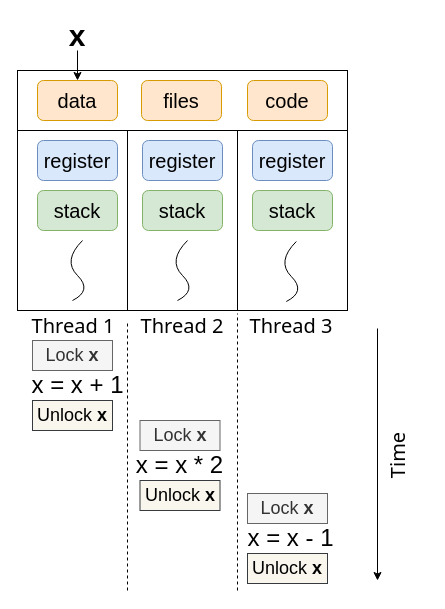
godaai/scale-py-zh keeps this draw.io diagram as drawio/ch-intro/thread-lock.drawio. Above is the earlier version. Source tidied: cells renumbered, new cells numbered last; positions are measured from the earlier drawing's top-left corner, leaving out a move shared by most shapes. Both pictures are drawn from the tidied source at 100%, with x=0, y=0 at pixel (17, 20).
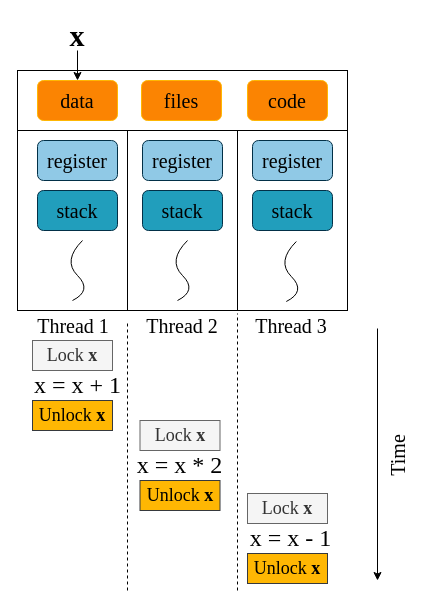
The same page after the edit.

What changed in the source:
```diff
@@
-    <mxCell id="2" style="rounded=0;whiteSpace=wrap;html=1;fontSize=18;fillColor=none;" parent="1" vertex="1">
+    <mxCell id="2" style="rounded=0;whiteSpace=wrap;html=1;fontSize=18;fillColor=none;fontFamily=Times New Roman;" parent="1" vertex="1">
       <mxGeometry x="220" y="110" width="110" height="180" as="geometry" />
     </mxCell>
-    <mxCell id="3" style="rounded=0;whiteSpace=wrap;html=1;fontSize=18;fillColor=none;" parent="1" vertex="1">
+    <mxCell id="3" style="rounded=0;whiteSpace=wrap;html=1;fontSize=18;fillColor=none;fontFamily=Times New Roman;" parent="1" vertex="1">
       <mxGeometry y="110" width="110" height="180" as="geometry" />
     </mxCell>
-    <mxCell id="4" style="rounded=0;whiteSpace=wrap;html=1;fillColor=none;" parent="1" vertex="1">
+    <mxCell id="4" style="rounded=0;whiteSpace=wrap;html=1;fillColor=none;fontFamily=Times New Roman;" parent="1" vertex="1">
       <mxGeometry y="50" width="330" height="240" as="geometry" />
     </mxCell>
-    <mxCell id="5" style="rounded=0;whiteSpace=wrap;html=1;fillColor=none;" parent="1" vertex="1">
+    <mxCell id="5" style="rounded=0;whiteSpace=wrap;html=1;fillColor=none;fontFamily=Times New Roman;" parent="1" vertex="1">
       <mxGeometry y="50" width="330" height="60" as="geometry" />
     </mxCell>
-    <mxCell id="6" value="data" style="rounded=1;whiteSpace=wrap;html=1;fillColor=#ffe6cc;strokeColor=#d79b00;fontSize=20;" parent="1" vertex="1">
+    <mxCell id="6" value="data" style="rounded=1;whiteSpace=wrap;html=1;fillColor=#FB8402;strokeColor=#FFB703;fontSize=20;fontFamily=Times New Roman;" parent="1" vertex="1">
       <mxGeometry x="20" y="60" width="80" height="40" as="geometry" />
     </mxCell>
-    <mxCell id="7" value="files" style="rounded=1;whiteSpace=wrap;html=1;fillColor=#ffe6cc;strokeColor=#d79b00;fontSize=20;" parent="1" vertex="1">
+    <mxCell id="7" value="files" style="rounded=1;whiteSpace=wrap;html=1;fillColor=#FB8402;strokeColor=#FFB703;fontSize=20;fontFamily=Times New Roman;" parent="1" vertex="1">
       <mxGeometry x="124" y="60" width="80" height="40" as="geometry" />
     </mxCell>
-    <mxCell id="8" style="curved=1;endArrow=none;html=1;rounded=0;fontSize=18;endFill=0;" parent="1" edge="1">
+    <mxCell id="8" style="curved=1;endArrow=none;html=1;rounded=0;fontSize=18;endFill=0;fontFamily=Times New Roman;" parent="1" edge="1">
       <mxGeometry x="0.54" y="-7" relative="1" as="geometry">
         <mxPoint x="55" y="280" as="sourcePoint" />
         <mxPoint x="65" y="220" as="targetPoint" />
         <Array as="points">
           <mxPoint x="75" y="270" />
           <mxPoint x="45" y="240" />
         </Array>
       </mxGeometry>
     </mxCell>
-    <mxCell id="9" value="code" style="rounded=1;whiteSpace=wrap;html=1;fillColor=#ffe6cc;strokeColor=#d79b00;fontSize=20;" parent="1" vertex="1">
+    <mxCell id="9" value="code" style="rounded=1;whiteSpace=wrap;html=1;fillColor=#FB8402;strokeColor=#FFB703;fontSize=20;fontFamily=Times New Roman;" parent="1" vertex="1">
       <mxGeometry x="230" y="60" width="80" height="40" as="geometry" />
     </mxCell>
-    <mxCell id="10" style="rounded=0;whiteSpace=wrap;html=1;fontSize=18;fillColor=none;" parent="1" vertex="1">
+    <mxCell id="10" style="rounded=0;whiteSpace=wrap;html=1;fontSize=18;fillColor=none;fontFamily=Times New Roman;" parent="1" vertex="1">
       <mxGeometry x="110" y="110" width="110" height="180" as="geometry" />
     </mxCell>
-    <mxCell id="11" style="curved=1;endArrow=none;html=1;rounded=0;fontSize=18;endFill=0;" parent="1" edge="1">
+    <mxCell id="11" style="curved=1;endArrow=none;html=1;rounded=0;fontSize=18;endFill=0;fontFamily=Times New Roman;" parent="1" edge="1">
       <mxGeometry x="0.57" y="-6" relative="1" as="geometry">
         <mxPoint x="160" y="280" as="sourcePoint" />
         <mxPoint x="170" y="220" as="targetPoint" />
         <Array as="points">
           <mxPoint x="180" y="270" />
           <mxPoint x="150" y="240" />
         </Array>
       </mxGeometry>
     </mxCell>
-    <mxCell id="12" style="curved=1;endArrow=none;html=1;rounded=0;fontSize=18;endFill=0;" parent="1" edge="1">
+    <mxCell id="12" style="curved=1;endArrow=none;html=1;rounded=0;fontSize=18;endFill=0;fontFamily=Times New Roman;" parent="1" edge="1">
       <mxGeometry relative="1" as="geometry">
         <mxPoint x="268.8" y="281" as="sourcePoint" />
         <mxPoint x="278.8" y="221" as="targetPoint" />
         <Array as="points">
           <mxPoint x="288.8" y="271" />
           <mxPoint x="258.8" y="241" />
         </Array>
       </mxGeometry>
     </mxCell>
-    <mxCell id="13" value="register" style="rounded=1;whiteSpace=wrap;html=1;fontSize=20;fillColor=#dae8fc;strokeColor=#6c8ebf;" parent="1" vertex="1">
+    <mxCell id="13" value="register" style="rounded=1;whiteSpace=wrap;html=1;fontSize=20;fillColor=#90C9E6;strokeColor=#023047;fontFamily=Times New Roman;" parent="1" vertex="1">
       <mxGeometry x="20" y="120" width="80" height="40" as="geometry" />
     </mxCell>
-    <mxCell id="14" value="register" style="rounded=1;whiteSpace=wrap;html=1;fontSize=20;fillColor=#dae8fc;strokeColor=#6c8ebf;" parent="1" vertex="1">
+    <mxCell id="14" value="register" style="rounded=1;whiteSpace=wrap;html=1;fontSize=20;fillColor=#90C9E6;strokeColor=#023047;fontFamily=Times New Roman;" parent="1" vertex="1">
       <mxGeometry x="125" y="120" width="80" height="40" as="geometry" />
     </mxCell>
-    <mxCell id="15" value="register" style="rounded=1;whiteSpace=wrap;html=1;fontSize=20;fillColor=#dae8fc;strokeColor=#6c8ebf;" parent="1" vertex="1">
+    <mxCell id="15" value="register" style="rounded=1;whiteSpace=wrap;html=1;fontSize=20;fillColor=#90C9E6;strokeColor=#023047;fontFamily=Times New Roman;" parent="1" vertex="1">
       <mxGeometry x="235" y="120" width="80" height="40" as="geometry" />
     </mxCell>
-    <mxCell id="16" value="stack" style="rounded=1;whiteSpace=wrap;html=1;fontSize=20;fillColor=#d5e8d4;strokeColor=#82b366;" parent="1" vertex="1">
+    <mxCell id="16" value="stack" style="rounded=1;whiteSpace=wrap;html=1;fontSize=20;fillColor=#219EBC;strokeColor=#023047;fontFamily=Times New Roman;" parent="1" vertex="1">
       <mxGeometry x="20" y="170" width="80" height="40" as="geometry" />
     </mxCell>
-    <mxCell id="17" value="stack" style="rounded=1;whiteSpace=wrap;html=1;fontSize=20;fillColor=#d5e8d4;strokeColor=#82b366;" parent="1" vertex="1">
+    <mxCell id="17" value="stack" style="rounded=1;whiteSpace=wrap;html=1;fontSize=20;fillColor=#219EBC;strokeColor=#023047;fontFamily=Times New Roman;" parent="1" vertex="1">
       <mxGeometry x="125" y="170" width="80" height="40" as="geometry" />
     </mxCell>
-    <mxCell id="18" value="stack" style="rounded=1;whiteSpace=wrap;html=1;fontSize=20;fillColor=#d5e8d4;strokeColor=#82b366;" parent="1" vertex="1">
+    <mxCell id="18" value="stack" style="rounded=1;whiteSpace=wrap;html=1;fontSize=20;fillColor=#219EBC;strokeColor=#023047;fontFamily=Times New Roman;" parent="1" vertex="1">
       <mxGeometry x="235" y="170" width="80" height="40" as="geometry" />
     </mxCell>
-    <mxCell id="19" value="&lt;font size=&quot;1&quot; style=&quot;&quot;&gt;&lt;b style=&quot;font-size: 30px;&quot;&gt;x&lt;/b&gt;&lt;/font&gt;" style="text;html=1;strokeColor=none;fillColor=none;align=center;verticalAlign=middle;whiteSpace=wrap;rounded=0;" parent="1" vertex="1">
+    <mxCell id="19" value="&lt;font size=&quot;1&quot; style=&quot;&quot;&gt;&lt;b style=&quot;font-size: 30px;&quot;&gt;x&lt;/b&gt;&lt;/font&gt;" style="text;html=1;strokeColor=none;fillColor=none;align=center;verticalAlign=middle;whiteSpace=wrap;rounded=0;fontFamily=Times New Roman;" parent="1" vertex="1">
       <mxGeometry x="30" width="60" height="30" as="geometry" />
     </mxCell>
-    <mxCell id="20" style="endArrow=classic;html=1;rounded=0;fontSize=24;exitX=0.5;exitY=1;exitDx=0;exitDy=0;" parent="1" edge="1" source="19" target="6">
+    <mxCell id="20" style="endArrow=classic;html=1;rounded=0;fontSize=24;exitX=0.5;exitY=1;exitDx=0;exitDy=0;fontFamily=Times New Roman;" parent="1" edge="1" source="19" target="6">
       <mxGeometry relative="1" as="geometry" />
     </mxCell>
-    <mxCell id="21" value="x = x + 1" style="text;html=1;strokeColor=none;fillColor=none;align=center;verticalAlign=middle;whiteSpace=wrap;rounded=0;fontSize=24;" parent="1" vertex="1">
+    <mxCell id="21" value="x = x + 1" style="text;html=1;strokeColor=none;fillColor=none;align=center;verticalAlign=middle;whiteSpace=wrap;rounded=0;fontSize=24;fontFamily=Times New Roman;" parent="1" vertex="1">
       <mxGeometry x="12.5" y="350" width="95" height="30" as="geometry" />
     </mxCell>
-    <mxCell id="22" value="x = x * 2" style="text;html=1;strokeColor=none;fillColor=none;align=center;verticalAlign=middle;whiteSpace=wrap;rounded=0;fontSize=24;" parent="1" vertex="1">
+    <mxCell id="22" value="x = x * 2" style="text;html=1;strokeColor=none;fillColor=none;align=center;verticalAlign=middle;whiteSpace=wrap;rounded=0;fontSize=24;fontFamily=Times New Roman;" parent="1" vertex="1">
       <mxGeometry x="115" y="430" width="95" height="30" as="geometry" />
     </mxCell>
-    <mxCell id="23" value="x = x - 1" style="text;html=1;strokeColor=none;fillColor=none;align=center;verticalAlign=middle;whiteSpace=wrap;rounded=0;fontSize=24;" parent="1" vertex="1">
+    <mxCell id="23" value="x = x - 1" style="text;html=1;strokeColor=none;fillColor=none;align=center;verticalAlign=middle;whiteSpace=wrap;rounded=0;fontSize=24;fontFamily=Times New Roman;" parent="1" vertex="1">
       <mxGeometry x="226.2" y="503" width="95" height="30" as="geometry" />
     </mxCell>
-    <mxCell id="24" style="endArrow=classic;html=1;rounded=0;fontSize=24;" parent="1" edge="1">
+    <mxCell id="24" style="endArrow=classic;html=1;rounded=0;fontSize=24;fontFamily=Times New Roman;" parent="1" edge="1">
       <mxGeometry relative="1" as="geometry">
         <mxPoint x="360" y="308" as="sourcePoint" />
         <mxPoint x="360" y="560" as="targetPoint" />
       </mxGeometry>
     </mxCell>
-    <mxCell id="25" style="endArrow=none;dashed=1;html=1;rounded=0;fontSize=24;" parent="1" edge="1">
+    <mxCell id="25" style="endArrow=none;dashed=1;html=1;rounded=0;fontSize=24;fontFamily=Times New Roman;" parent="1" edge="1">
       <mxGeometry relative="1" as="geometry">
         <mxPoint x="110" y="570" as="sourcePoint" />
         <mxPoint x="110" y="301" as="targetPoint" />
       </mxGeometry>
     </mxCell>
-    <mxCell id="26" style="endArrow=none;dashed=1;html=1;rounded=0;fontSize=24;" parent="1" edge="1">
+    <mxCell id="26" style="endArrow=none;dashed=1;html=1;rounded=0;fontSize=24;fontFamily=Times New Roman;" parent="1" edge="1">
       <mxGeometry relative="1" as="geometry">
         <mxPoint x="220" y="570" as="sourcePoint" />
         <mxPoint x="220" y="293" as="targetPoint" />
       </mxGeometry>
     </mxCell>
-    <mxCell id="27" value="&lt;font style=&quot;font-size: 20px;&quot; face=&quot;Tahoma&quot;&gt;Thread 1&lt;/font&gt;" style="text;html=1;strokeColor=none;fillColor=none;align=center;verticalAlign=middle;whiteSpace=wrap;rounded=0;fontSize=24;" parent="1" vertex="1">
+    <mxCell id="27" value="&lt;font style=&quot;font-size: 20px;&quot;&gt;Thread 1&lt;/font&gt;" style="text;html=1;strokeColor=none;fillColor=none;align=center;verticalAlign=middle;whiteSpace=wrap;rounded=0;fontSize=24;fontFamily=Times New Roman;" parent="1" vertex="1">
       <mxGeometry x="6.2" y="290" width="100" height="30" as="geometry" />
     </mxCell>
-    <mxCell id="28" value="&lt;font style=&quot;font-size: 20px;&quot; face=&quot;Tahoma&quot;&gt;Thread 2&lt;/font&gt;" style="text;html=1;strokeColor=none;fillColor=none;align=center;verticalAlign=middle;whiteSpace=wrap;rounded=0;fontSize=24;" parent="1" vertex="1">
+    <mxCell id="28" value="&lt;font style=&quot;font-size: 20px;&quot;&gt;Thread 2&lt;/font&gt;" style="text;html=1;strokeColor=none;fillColor=none;align=center;verticalAlign=middle;whiteSpace=wrap;rounded=0;fontSize=24;fontFamily=Times New Roman;" parent="1" vertex="1">
       <mxGeometry x="115" y="290" width="100" height="30" as="geometry" />
     </mxCell>
-    <mxCell id="29" value="&lt;font style=&quot;font-size: 20px;&quot; face=&quot;Tahoma&quot;&gt;Thread 3&lt;/font&gt;" style="text;html=1;strokeColor=none;fillColor=none;align=center;verticalAlign=middle;whiteSpace=wrap;rounded=0;fontSize=24;" parent="1" vertex="1">
+    <mxCell id="29" value="&lt;font style=&quot;font-size: 20px;&quot;&gt;Thread 3&lt;/font&gt;" style="text;html=1;strokeColor=none;fillColor=none;align=center;verticalAlign=middle;whiteSpace=wrap;rounded=0;fontSize=24;fontFamily=Times New Roman;" parent="1" vertex="1">
       <mxGeometry x="223.8" y="290" width="100" height="30" as="geometry" />
     </mxCell>
-    <mxCell id="30" value="Time" style="text;html=1;strokeColor=none;fillColor=none;align=center;verticalAlign=middle;whiteSpace=wrap;rounded=0;fontFamily=Tahoma;fontSize=20;horizontal=0;" parent="1" vertex="1">
+    <mxCell id="30" value="Time" style="text;html=1;strokeColor=none;fillColor=none;align=center;verticalAlign=middle;whiteSpace=wrap;rounded=0;fontFamily=Times New Roman;fontSize=20;horizontal=0;" parent="1" vertex="1">
       <mxGeometry x="350" y="420" width="60" height="30" as="geometry" />
     </mxCell>
-    <mxCell id="31" value="&lt;font style=&quot;font-size: 18px;&quot;&gt;Lock &lt;b&gt;x&lt;/b&gt;&lt;/font&gt;" style="rounded=0;whiteSpace=wrap;html=1;fillColor=#f5f5f5;fontColor=#333333;strokeColor=#666666;" parent="1" vertex="1">
+    <mxCell id="31" value="&lt;font style=&quot;font-size: 18px;&quot;&gt;Lock &lt;b&gt;x&lt;/b&gt;&lt;/font&gt;" style="rounded=0;whiteSpace=wrap;html=1;fillColor=#f5f5f5;fontColor=#333333;strokeColor=#666666;fontFamily=Times New Roman;" parent="1" vertex="1">
       <mxGeometry x="15" y="320" width="80" height="30" as="geometry" />
     </mxCell>
-    <mxCell id="32" value="&lt;font style=&quot;font-size: 18px;&quot;&gt;Unlock &lt;b&gt;x&lt;/b&gt;&lt;/font&gt;" style="rounded=0;whiteSpace=wrap;html=1;fillColor=#f9f7ed;strokeColor=#36393d;" parent="1" vertex="1">
+    <mxCell id="32" value="&lt;font style=&quot;font-size: 18px;&quot;&gt;Unlock &lt;b&gt;x&lt;/b&gt;&lt;/font&gt;" style="rounded=0;whiteSpace=wrap;html=1;fillColor=#FFB703;strokeColor=#36393d;fontFamily=Times New Roman;" parent="1" vertex="1">
       <mxGeometry x="15" y="380" width="80" height="30" as="geometry" />
     </mxCell>
-    <mxCell id="33" value="&lt;font style=&quot;font-size: 18px;&quot;&gt;Lock &lt;b&gt;x&lt;/b&gt;&lt;/font&gt;" style="rounded=0;whiteSpace=wrap;html=1;fillColor=#f5f5f5;fontColor=#333333;strokeColor=#666666;" parent="1" vertex="1">
+    <mxCell id="33" value="&lt;font style=&quot;font-size: 18px;&quot;&gt;Lock &lt;b&gt;x&lt;/b&gt;&lt;/font&gt;" style="rounded=0;whiteSpace=wrap;html=1;fillColor=#f5f5f5;fontColor=#333333;strokeColor=#666666;fontFamily=Times New Roman;" parent="1" vertex="1">
       <mxGeometry x="122.5" y="400" width="80" height="30" as="geometry" />
     </mxCell>
-    <mxCell id="34" value="&lt;font style=&quot;font-size: 18px;&quot;&gt;Unlock &lt;b&gt;x&lt;/b&gt;&lt;/font&gt;" style="rounded=0;whiteSpace=wrap;html=1;fillColor=#f9f7ed;strokeColor=#36393d;" parent="1" vertex="1">
+    <mxCell id="34" value="&lt;font style=&quot;font-size: 18px;&quot;&gt;Unlock &lt;b&gt;x&lt;/b&gt;&lt;/font&gt;" style="rounded=0;whiteSpace=wrap;html=1;fillColor=#FFB703;strokeColor=#36393d;fontFamily=Times New Roman;" parent="1" vertex="1">
       <mxGeometry x="122.5" y="460" width="80" height="30" as="geometry" />
     </mxCell>
-    <mxCell id="35" value="&lt;font style=&quot;font-size: 18px;&quot;&gt;Lock &lt;b&gt;x&lt;/b&gt;&lt;/font&gt;" style="rounded=0;whiteSpace=wrap;html=1;fillColor=#f5f5f5;fontColor=#333333;strokeColor=#666666;" parent="1" vertex="1">
+    <mxCell id="35" value="&lt;font style=&quot;font-size: 18px;&quot;&gt;Lock &lt;b&gt;x&lt;/b&gt;&lt;/font&gt;" style="rounded=0;whiteSpace=wrap;html=1;fillColor=#f5f5f5;fontColor=#333333;strokeColor=#666666;fontFamily=Times New Roman;" parent="1" vertex="1">
       <mxGeometry x="230" y="473" width="80" height="30" as="geometry" />
     </mxCell>
-    <mxCell id="36" value="&lt;font style=&quot;font-size: 18px;&quot;&gt;Unlock &lt;b&gt;x&lt;/b&gt;&lt;/font&gt;" style="rounded=0;whiteSpace=wrap;html=1;fillColor=#f9f7ed;strokeColor=#36393d;" parent="1" vertex="1">
+    <mxCell id="36" value="&lt;font style=&quot;font-size: 18px;&quot;&gt;Unlock &lt;b&gt;x&lt;/b&gt;&lt;/font&gt;" style="rounded=0;whiteSpace=wrap;html=1;fillColor=#FFB703;strokeColor=#36393d;fontFamily=Times New Roman;" parent="1" vertex="1">
       <mxGeometry x="230" y="533" width="80" height="30" as="geometry" />
     </mxCell>
```
